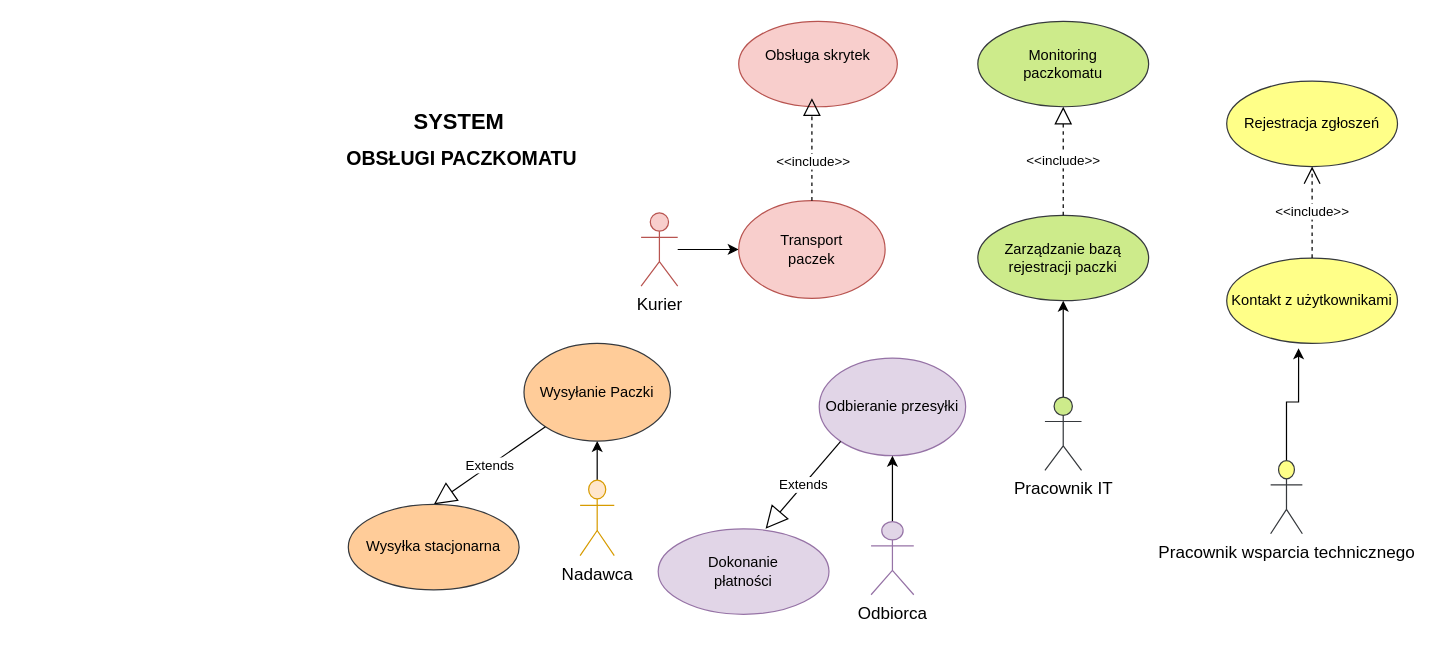
Above: diagram.drawio in mardyr/UML-and-diagrams (draw.io), before the change. Source tidied: cells renumbered, new cells numbered last; positions are measured from the earlier drawing's top-left corner, leaving out a move shared by most shapes. Both pictures are drawn from the tidied source at 122%, with x=0, y=0 at pixel (21, 21).
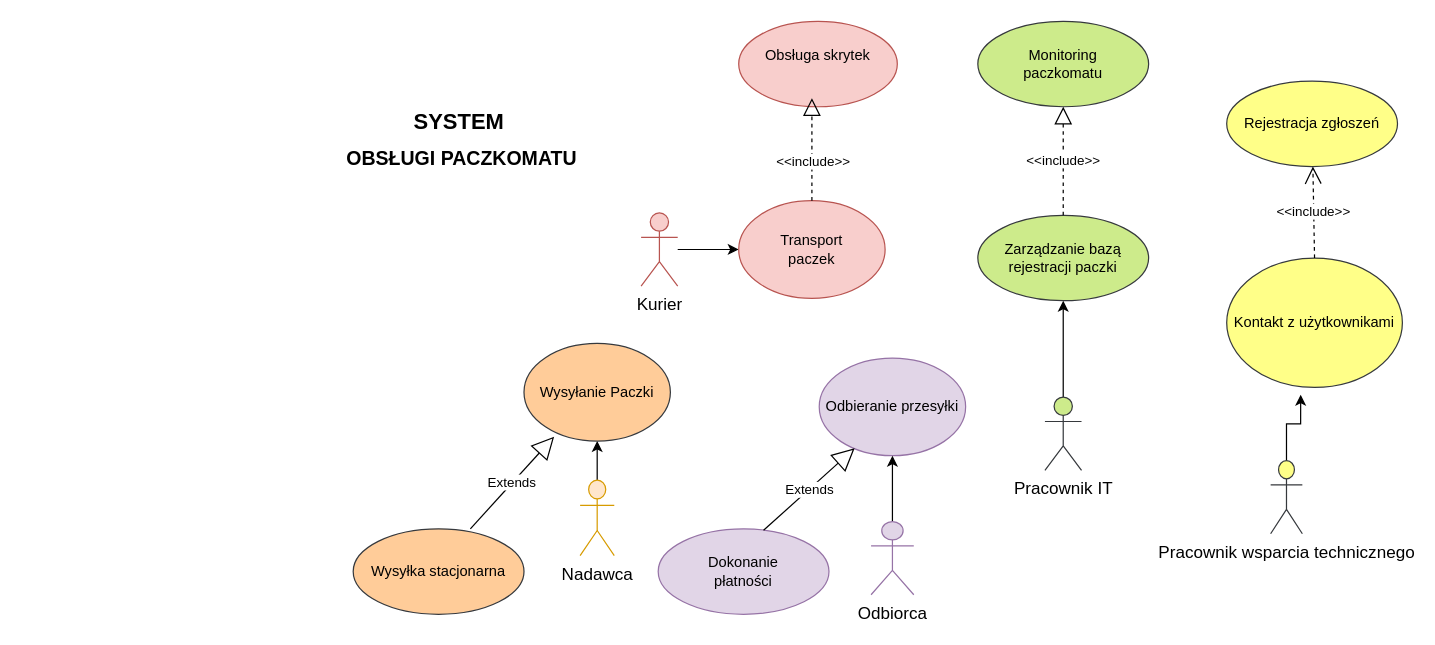
Above is the later version.

Unchanged cells that the change refers to:
```xml
<mxCell id="6" value="Wysyłanie Paczki" style="ellipse;whiteSpace=wrap;html=1;fillColor=#ffcc99;strokeColor=#36393d;" parent="1" vertex="1">
  <mxGeometry x="412" y="264" width="120" height="80" as="geometry" />
</mxCell>
<mxCell id="11" value="Odbieranie przesyłki" style="ellipse;whiteSpace=wrap;html=1;fillColor=#e1d5e7;strokeColor=#9673a6;" parent="1" vertex="1">
  <mxGeometry x="654" y="276" width="120" height="80" as="geometry" />
</mxCell>
<mxCell id="28" value="&lt;div&gt;Dokonanie &lt;br&gt;&lt;/div&gt;&lt;div&gt;płatności&lt;br&gt;&lt;/div&gt;" style="ellipse;whiteSpace=wrap;html=1;fillColor=#e1d5e7;strokeColor=#9673a6;" parent="1" vertex="1">
  <mxGeometry x="522" y="416" width="140" height="70" as="geometry" />
</mxCell>
```

Change to the diagram source:
```diff
@@
     <mxCell id="18" value="&lt;div&gt;Kontakt z użytkownikami&lt;/div&gt;" style="ellipse;whiteSpace=wrap;html=1;fillColor=#ffff88;strokeColor=#36393d;" parent="1" vertex="1">
-      <mxGeometry x="988" y="194" width="140" height="70" as="geometry" />
+      <mxGeometry x="988" y="194" width="144" height="106" as="geometry" />
     </mxCell>
@@
-    <mxCell id="25" value="Extends" style="endArrow=block;endSize=16;endFill=0;html=1;exitX=0;exitY=1;exitDx=0;exitDy=0;entryX=0.5;entryY=0;entryDx=0;entryDy=0;" parent="1" edge="1" source="6" target="26">
-      <mxGeometry relative="1" as="geometry" />
-    </mxCell>
     <mxCell id="26" value="Wysyłka stacjonarna" style="ellipse;whiteSpace=wrap;html=1;fillColor=#ffcc99;strokeColor=#36393d;" parent="1" vertex="1">
-      <mxGeometry x="268" y="396" width="140" height="70" as="geometry" />
+      <mxGeometry x="272" y="416" width="140" height="70" as="geometry" />
     </mxCell>
-    <mxCell id="27" value="Extends" style="endArrow=block;endSize=16;endFill=0;html=1;exitX=0;exitY=1;exitDx=0;exitDy=0;" parent="1" edge="1" source="11">
-      <mxGeometry relative="1" as="geometry">
-        <mxPoint x="610" y="416" as="targetPoint" />
-      </mxGeometry>
-    </mxCell>
@@
+    <mxCell id="29" value="Extends" style="endArrow=block;endSize=16;endFill=0;html=1;exitX=0.686;exitY=0;exitDx=0;exitDy=0;exitPerimeter=0;entryX=0.206;entryY=0.955;entryDx=0;entryDy=0;entryPerimeter=0;" parent="1" edge="1" source="26" target="6">
+      <mxGeometry relative="1" as="geometry" />
+    </mxCell>
+    <mxCell id="30" value="Extends" style="endArrow=block;endSize=16;endFill=0;html=1;exitX=0.617;exitY=0.017;exitDx=0;exitDy=0;exitPerimeter=0;" parent="1" edge="1" source="28">
+      <mxGeometry relative="1" as="geometry">
+        <mxPoint x="683" y="350" as="targetPoint" />
+      </mxGeometry>
+    </mxCell>
```
